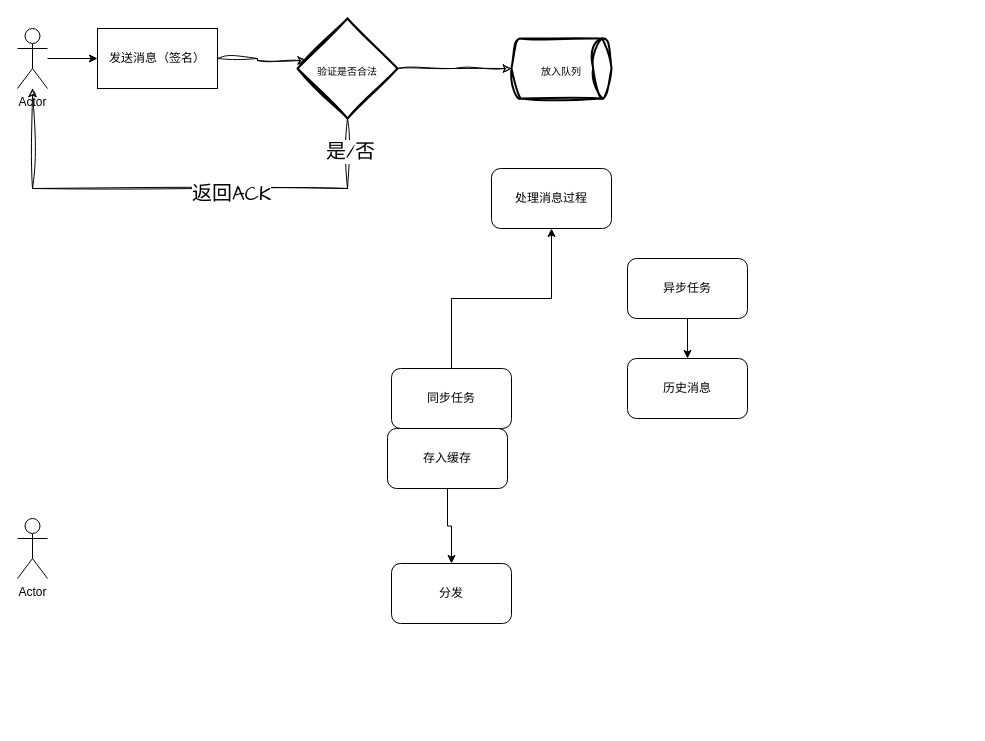
dovezat/drawio keeps this draw.io diagram as page "Page-1" (1 of 2) of im.drawio. Above is the earlier version. Source tidied: cells renumbered, new cells numbered last; positions are measured from the earlier drawing's top-left corner, leaving out a move shared by most shapes. Both pictures are drawn from the tidied source at 100%, with x=0, y=0 at pixel (17, 18).
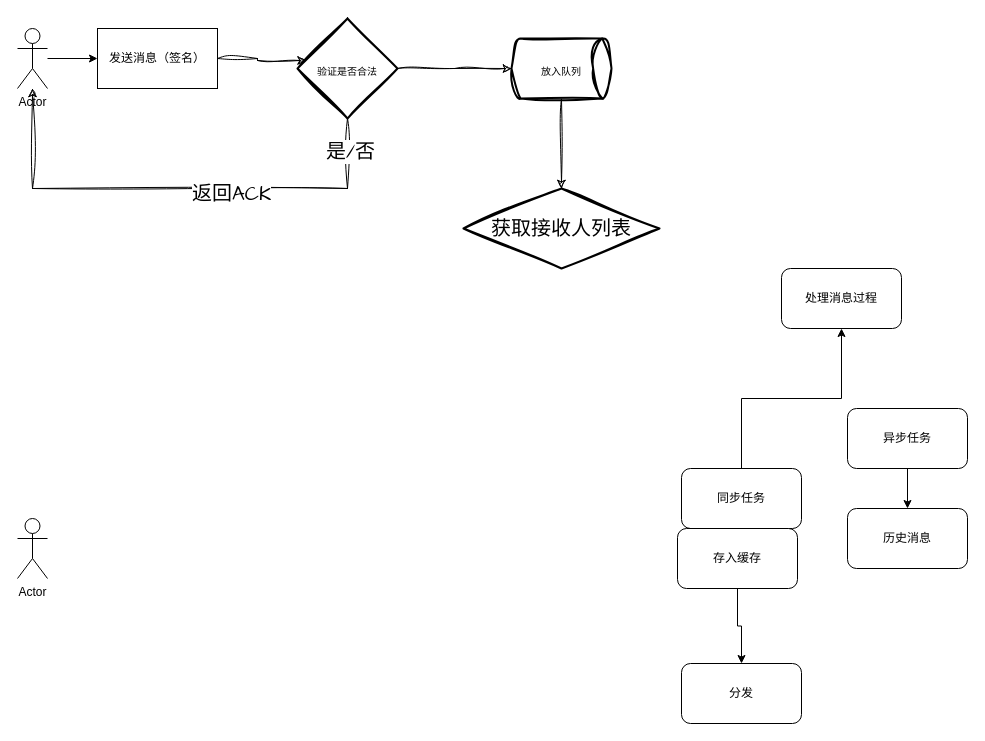
The same diagram, later.

Unchanged cells that the change refers to:
```xml
<mxCell id="22" value="&lt;font style=&quot;font-size: 10px;&quot;&gt;放入队列&lt;/font&gt;" style="strokeWidth=2;html=1;shape=mxgraph.flowchart.direct_data;whiteSpace=wrap;sketch=1;hachureGap=4;jiggle=2;curveFitting=1;fontFamily=Architects Daughter;fontSize=20;" parent="1" vertex="1">
  <mxGeometry x="494" y="20" width="100" height="60" as="geometry" />
</mxCell>
```

The edit, as a diff of the source:
```diff
@@
     <mxCell id="8" value="同步任务" style="rounded=1;whiteSpace=wrap;html=1;" parent="1" vertex="1">
-      <mxGeometry x="374" y="350" width="120" height="60" as="geometry" />
+      <mxGeometry x="664" y="450" width="120" height="60" as="geometry" />
     </mxCell>
@@
     <mxCell id="10" value="异步任务" style="rounded=1;whiteSpace=wrap;html=1;" parent="1" vertex="1">
-      <mxGeometry x="610" y="240" width="120" height="60" as="geometry" />
+      <mxGeometry x="830" y="390" width="120" height="60" as="geometry" />
     </mxCell>
     <mxCell id="11" value="处理消息过程" style="rounded=1;whiteSpace=wrap;html=1;" parent="1" vertex="1">
-      <mxGeometry x="474" y="150" width="120" height="60" as="geometry" />
+      <mxGeometry x="764" y="250" width="120" height="60" as="geometry" />
     </mxCell>
@@
     <mxCell id="13" value="存入缓存" style="rounded=1;whiteSpace=wrap;html=1;" parent="1" vertex="1">
-      <mxGeometry x="370" y="410" width="120" height="60" as="geometry" />
+      <mxGeometry x="660" y="510" width="120" height="60" as="geometry" />
     </mxCell>
     <mxCell id="14" value="分发" style="rounded=1;whiteSpace=wrap;html=1;" parent="1" vertex="1">
-      <mxGeometry x="374" y="545" width="120" height="60" as="geometry" />
+      <mxGeometry x="664" y="645" width="120" height="60" as="geometry" />
     </mxCell>
     <mxCell id="15" value="历史消息" style="rounded=1;whiteSpace=wrap;html=1;" parent="1" vertex="1">
-      <mxGeometry x="610" y="340" width="120" height="60" as="geometry" />
+      <mxGeometry x="830" y="490" width="120" height="60" as="geometry" />
     </mxCell>
@@
+    <mxCell id="23" style="edgeStyle=orthogonalEdgeStyle;rounded=0;sketch=1;hachureGap=4;jiggle=2;curveFitting=1;jettySize=auto;html=1;fontFamily=Architects Daughter;fontSize=16;" parent="1" edge="1" source="22" target="24">
+      <mxGeometry relative="1" as="geometry" />
+    </mxCell>
@@
+    <mxCell id="24" value="获取接收人列表" style="rhombus;whiteSpace=wrap;html=1;fontSize=20;fontFamily=Architects Daughter;strokeWidth=2;sketch=1;hachureGap=4;jiggle=2;curveFitting=1;" parent="1" vertex="1">
+      <mxGeometry x="446" y="170" width="196" height="80" as="geometry" />
+    </mxCell>
```
